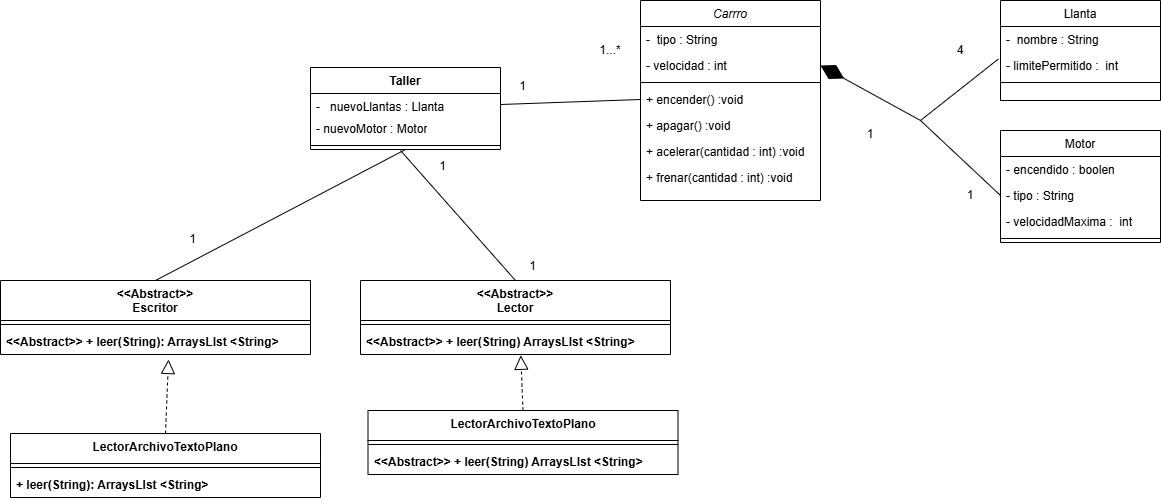
This is DiagrmaSimuladorAutomóvil.drawio.png from XMATDX/TrabajoCarro, a draw.io export, as it was before one commit. Source tidied: cells renumbered, new cells last; positions are measured from the earlier drawing's top-left corner, leaving out a move shared by most shapes.
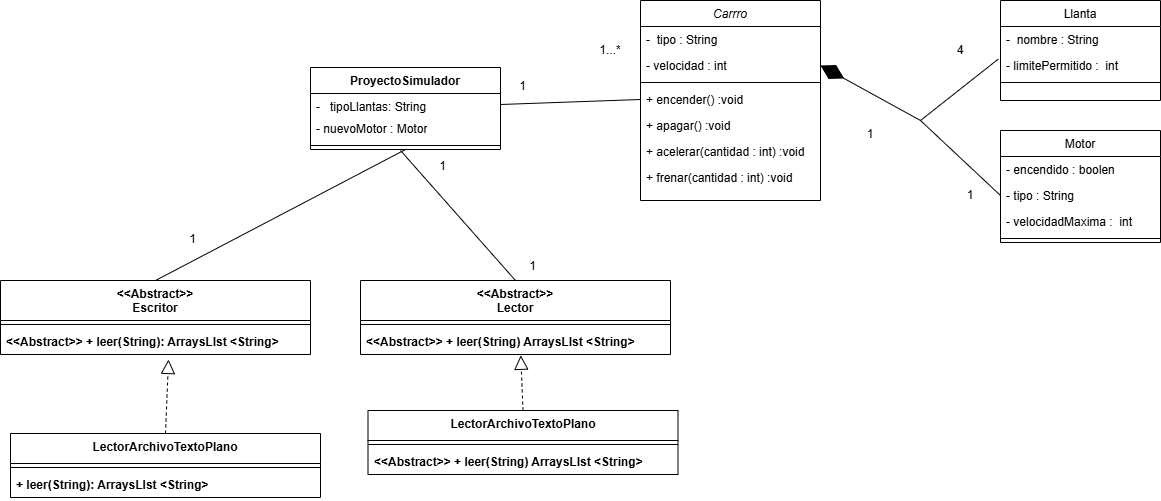
After the commit.

Commit message:
SE SUBE LA ULTIMA VERSION DEL DIAGRMA DE CLASES

What changed in the source:
```diff
@@ -113,10 +113,10 @@
     <mxCell id="36" value="&lt;span style=&quot;font-weight: 700; text-align: center;&quot;&gt;+ leer(String): ArraysLIst &amp;lt;String&amp;gt;&lt;/span&gt;" style="text;strokeColor=none;fillColor=none;align=left;verticalAlign=top;spacingLeft=4;spacingRight=4;overflow=hidden;whiteSpace=wrap;html=1;" parent="34" vertex="1">
       <mxGeometry y="38" width="310" height="26" as="geometry" />
     </mxCell>
-    <mxCell id="37" value="Taller" style="swimlane;fontStyle=1;align=center;verticalAlign=top;horizontal=1;startSize=26;whiteSpace=wrap;html=1;" parent="1" vertex="1">
+    <mxCell id="37" value="ProyectoSimulador" style="swimlane;fontStyle=1;align=center;verticalAlign=top;horizontal=1;startSize=26;whiteSpace=wrap;html=1;" parent="1" vertex="1">
       <mxGeometry x="310" y="67" width="190" height="82" as="geometry" />
     </mxCell>
-    <mxCell id="38" value="-&amp;nbsp; &amp;nbsp;nuevoLlantas : Llanta" style="text;strokeColor=none;fillColor=none;align=left;verticalAlign=top;spacingLeft=4;spacingRight=4;overflow=hidden;points=[[0,0.5],[1,0.5]];portConstraint=eastwest;whiteSpace=wrap;html=1;" parent="37" vertex="1">
+    <mxCell id="38" value="-&amp;nbsp; &amp;nbsp;tipoLlantas: String" style="text;strokeColor=none;fillColor=none;align=left;verticalAlign=top;spacingLeft=4;spacingRight=4;overflow=hidden;points=[[0,0.5],[1,0.5]];portConstraint=eastwest;whiteSpace=wrap;html=1;" parent="37" vertex="1">
       <mxGeometry y="26" width="190" height="22" as="geometry" />
     </mxCell>
     <mxCell id="39" value="- nuevoMotor : Motor" style="text;strokeColor=none;fillColor=none;align=left;verticalAlign=top;spacingLeft=4;spacingRight=4;overflow=hidden;whiteSpace=wrap;html=1;" parent="37" vertex="1">
```
